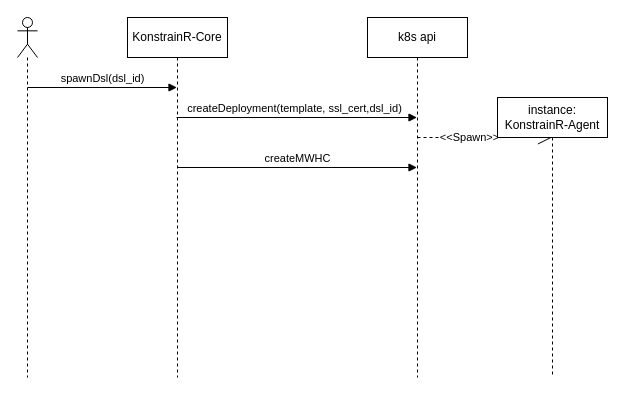
Before: main/Arch-Plan/spawnServer.drawio in Tiegris/KonstrainR, a draw.io diagram. Source tidied: cells renumbered, new cells numbered last; positions are measured from the earlier drawing's top-left corner, leaving out a move shared by most shapes. Both pictures are drawn from the tidied source at 100%, with x=0, y=0 at pixel (17, 17).
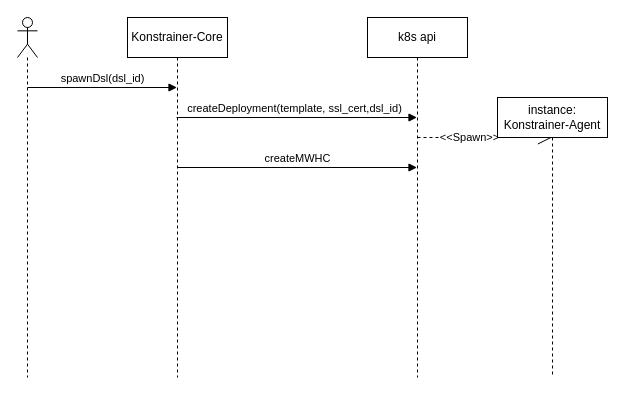
After the change.

What changed in the source:
```diff
@@
 <mxGraphModel>
   <root>
     <mxCell id="0" />
     <mxCell id="1" parent="0" />
-    <mxCell id="2" value="KonstrainR-Core" style="shape=umlLifeline;perimeter=lifelinePerimeter;whiteSpace=wrap;html=1;outlineConnect=0;" parent="1" vertex="1">
+    <mxCell id="2" value="Konstrainer-Core" style="shape=umlLifeline;perimeter=lifelinePerimeter;whiteSpace=wrap;html=1;outlineConnect=0;" parent="1" vertex="1">
       <mxGeometry x="110" width="100" height="360" as="geometry" />
     </mxCell>
     <mxCell id="3" value="createDeployment(template, ssl_cert,dsl_id)" style="html=1;verticalAlign=bottom;endArrow=block;" parent="2" edge="1" target="7">
       <mxGeometry x="-0.02" relative="1" as="geometry">
         <mxPoint x="49" y="100" as="sourcePoint" />
       </mxGeometry>
     </mxCell>
     <mxCell id="4" value="createMWHC" style="html=1;verticalAlign=bottom;endArrow=block;" parent="2" edge="1" target="7">
       <mxGeometry relative="1" as="geometry">
         <mxPoint x="50" y="150" as="sourcePoint" />
       </mxGeometry>
     </mxCell>
     <mxCell id="5" style="shape=umlLifeline;participant=umlActor;perimeter=lifelinePerimeter;whiteSpace=wrap;html=1;verticalAlign=top;spacingTop=36;" parent="1" vertex="1">
       <mxGeometry width="20" height="360" as="geometry" />
     </mxCell>
     <mxCell id="6" value="spawnDsl(dsl_id)" style="html=1;verticalAlign=bottom;endArrow=block;" parent="5" edge="1" target="2">
       <mxGeometry relative="1" as="geometry">
         <mxPoint x="10" y="70" as="sourcePoint" />
       </mxGeometry>
     </mxCell>
     <mxCell id="7" value="k8s api" style="shape=umlLifeline;perimeter=lifelinePerimeter;whiteSpace=wrap;html=1;outlineConnect=0;" parent="1" vertex="1">
       <mxGeometry x="350" width="100" height="360" as="geometry" />
     </mxCell>
     <mxCell id="8" value="&amp;lt;&amp;lt;Spawn&amp;gt;&amp;gt;" style="endArrow=open;endSize=12;dashed=1;html=1;" parent="7" edge="1" target="9">
       <mxGeometry x="-0.22" relative="1" as="geometry">
         <mxPoint x="50" y="120" as="sourcePoint" />
         <Array as="points">
           <mxPoint x="120" y="120" />
         </Array>
       </mxGeometry>
     </mxCell>
-    <mxCell id="9" value="instance: KonstrainR-Agent" style="shape=umlLifeline;perimeter=lifelinePerimeter;whiteSpace=wrap;html=1;outlineConnect=0;" parent="1" vertex="1">
+    <mxCell id="9" value="instance: Konstrainer-Agent" style="shape=umlLifeline;perimeter=lifelinePerimeter;whiteSpace=wrap;html=1;outlineConnect=0;" parent="1" vertex="1">
       <mxGeometry x="480" y="80" width="110" height="280" as="geometry" />
     </mxCell>
   </root>
 </mxGraphModel>
```
